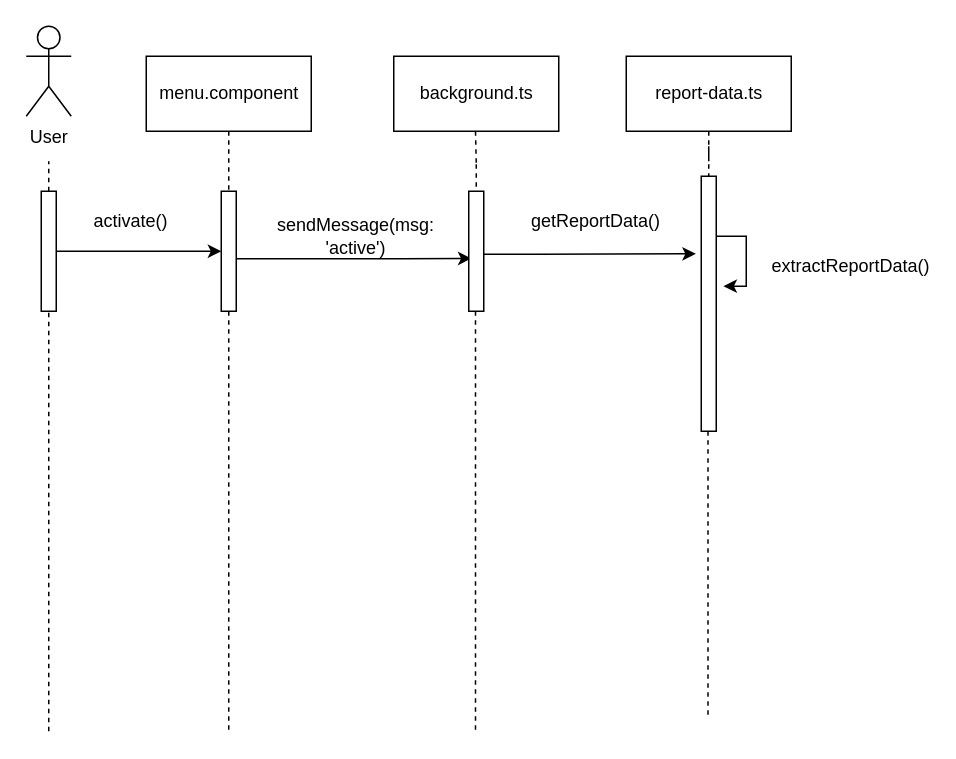
Above: page "SD" (2 of 2) of MOD/CD.drawio in NeutronBlast/IS-Ex (draw.io), before the change. Source tidied: cells renumbered, new cells numbered last; positions are measured from the earlier drawing's top-left corner, leaving out a move shared by most shapes. Both pictures are drawn from the tidied source at 150%, with x=0, y=0 at pixel (26, 26).
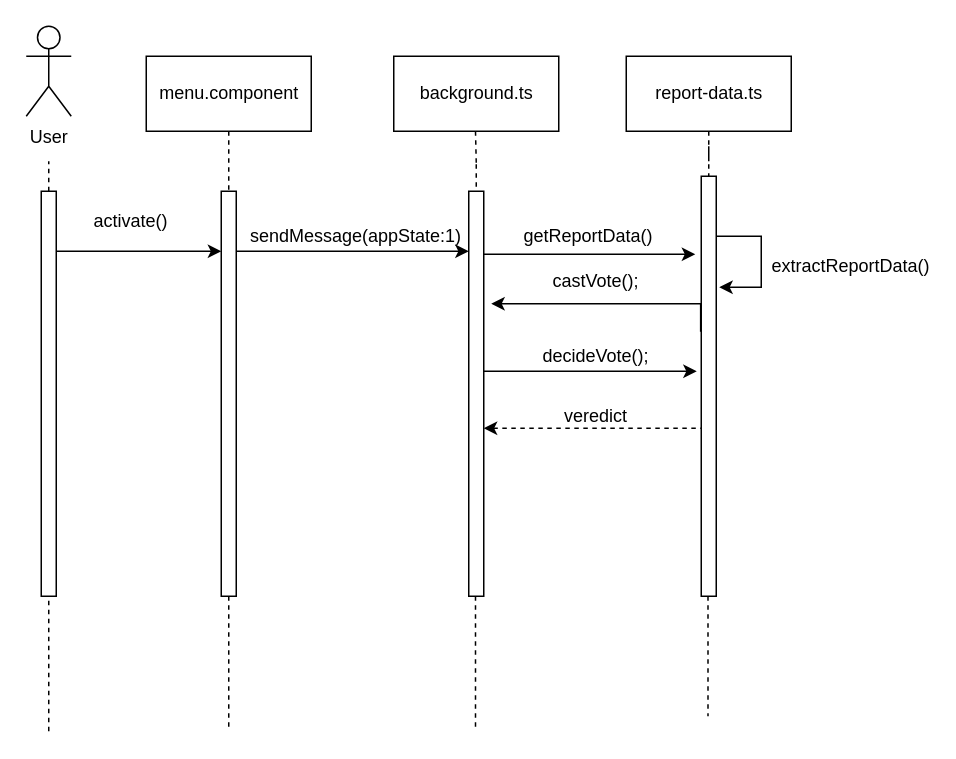
Above is the later version.

Diff of the diagram source:
```diff
@@
     <mxCell id="4" style="edgeStyle=orthogonalEdgeStyle;rounded=0;jettySize=auto;html=1;" parent="1" edge="1" source="5">
       <mxGeometry relative="1" as="geometry">
         <mxPoint x="130" y="150" as="targetPoint" />
+        <Array as="points">
+          <mxPoint x="40" y="150" />
+          <mxPoint x="40" y="150" />
+        </Array>
       </mxGeometry>
     </mxCell>
     <mxCell id="5" style="html=1;points=[];perimeter=orthogonalPerimeter;" parent="1" vertex="1">
-      <mxGeometry x="10" y="110" width="10" height="80" as="geometry" />
+      <mxGeometry x="10" y="110" width="10" height="270" as="geometry" />
     </mxCell>
@@
-    <mxCell id="12" style="edgeStyle=orthogonalEdgeStyle;rounded=0;jettySize=auto;html=1;entryX=0.18;entryY=0.56;entryDx=0;entryDy=0;entryPerimeter=0;endArrow=classic;endFill=1;startArrow=none;startFill=0;" parent="1" edge="1" source="13" target="16">
+    <mxCell id="12" style="edgeStyle=orthogonalEdgeStyle;rounded=0;jettySize=auto;html=1;endArrow=classic;endFill=1;startArrow=none;startFill=0;" parent="1" edge="1" source="13" target="16">
       <mxGeometry relative="1" as="geometry">
         <Array as="points">
-          <mxPoint x="250" y="155" />
-          <mxPoint x="250" y="155" />
+          <mxPoint x="270" y="150" />
+          <mxPoint x="270" y="150" />
         </Array>
       </mxGeometry>
     </mxCell>
     <mxCell id="13" style="html=1;points=[];perimeter=orthogonalPerimeter;" parent="1" vertex="1">
-      <mxGeometry x="130" y="110" width="10" height="80" as="geometry" />
+      <mxGeometry x="130" y="110" width="10" height="270" as="geometry" />
     </mxCell>
@@
-    <mxCell id="15" style="edgeStyle=orthogonalEdgeStyle;rounded=0;jettySize=auto;html=1;entryX=-0.36;entryY=0.304;entryDx=0;entryDy=0;entryPerimeter=0;startArrow=none;startFill=0;endArrow=classic;endFill=1;" parent="1" edge="1" source="16" target="22">
+    <mxCell id="15" style="edgeStyle=orthogonalEdgeStyle;rounded=0;jettySize=auto;html=1;startArrow=none;startFill=0;endArrow=classic;endFill=1;" parent="1" edge="1" source="16">
       <mxGeometry relative="1" as="geometry">
+        <mxPoint x="446" y="152" as="targetPoint" />
         <Array as="points">
           <mxPoint x="340" y="152" />
           <mxPoint x="340" y="152" />
         </Array>
       </mxGeometry>
     </mxCell>
+    <mxCell id="26" style="edgeStyle=orthogonalEdgeStyle;rounded=0;jettySize=auto;html=1;" parent="1" edge="1" source="16">
+      <mxGeometry relative="1" as="geometry">
+        <mxPoint x="447" y="230" as="targetPoint" />
+        <Array as="points">
+          <mxPoint x="447" y="230" />
+        </Array>
+      </mxGeometry>
+    </mxCell>
+    <mxCell id="27" style="edgeStyle=orthogonalEdgeStyle;rounded=0;jettySize=auto;html=1;entryX=0.04;entryY=0.732;entryDx=0;entryDy=0;entryPerimeter=0;endArrow=none;endFill=0;startArrow=classic;startFill=1;dashed=1;" parent="1" edge="1" source="16" target="22">
+      <mxGeometry relative="1" as="geometry">
+        <Array as="points">
+          <mxPoint x="340" y="268" />
+          <mxPoint x="340" y="268" />
+        </Array>
+      </mxGeometry>
+    </mxCell>
     <mxCell id="16" style="html=1;points=[];perimeter=orthogonalPerimeter;" parent="1" vertex="1">
-      <mxGeometry x="295" y="110" width="10" height="80" as="geometry" />
+      <mxGeometry x="295" y="110" width="10" height="270" as="geometry" />
     </mxCell>
@@
-    <mxCell id="18" value="sendMessage(msg: 'active')" style="text;html=1;strokeColor=none;fillColor=none;align=center;verticalAlign=middle;whiteSpace=wrap;rounded=0;" parent="1" vertex="1">
+    <mxCell id="18" value="sendMessage(appState:1)" style="text;html=1;strokeColor=none;fillColor=none;align=center;verticalAlign=middle;whiteSpace=wrap;rounded=0;" parent="1" vertex="1">
       <mxGeometry x="200" y="130" width="40" height="20" as="geometry" />
     </mxCell>
@@
-    <mxCell id="21" style="edgeStyle=orthogonalEdgeStyle;rounded=0;orthogonalLoop=1;jettySize=auto;html=1;startArrow=none;startFill=0;endArrow=classic;endFill=1;entryX=1.48;entryY=0.431;entryDx=0;entryDy=0;entryPerimeter=0;" parent="1" edge="1" source="22" target="22">
+    <mxCell id="21" style="edgeStyle=orthogonalEdgeStyle;rounded=0;jettySize=auto;html=1;startArrow=none;startFill=0;endArrow=classic;endFill=1;" parent="1" edge="1" source="22">
       <mxGeometry relative="1" as="geometry">
+        <mxPoint x="462" y="174" as="targetPoint" />
         <Array as="points">
-          <mxPoint x="480" y="140" />
-          <mxPoint x="480" y="173" />
+          <mxPoint x="490" y="140" />
+          <mxPoint x="490" y="174" />
         </Array>
       </mxGeometry>
     </mxCell>
+    <mxCell id="28" style="edgeStyle=orthogonalEdgeStyle;rounded=0;jettySize=auto;html=1;exitX=-0.04;exitY=0.37;exitDx=0;exitDy=0;exitPerimeter=0;" parent="1" edge="1" source="22">
+      <mxGeometry relative="1" as="geometry">
+        <mxPoint x="310" y="185" as="targetPoint" />
+        <Array as="points">
+          <mxPoint x="450" y="185" />
+        </Array>
+      </mxGeometry>
+    </mxCell>
     <mxCell id="22" style="html=1;points=[];perimeter=orthogonalPerimeter;" parent="1" vertex="1">
-      <mxGeometry x="450" y="100" width="10" height="170" as="geometry" />
+      <mxGeometry x="450" y="100" width="10" height="280" as="geometry" />
     </mxCell>
@@
     <mxCell id="24" value="getReportData()" style="text;html=1;strokeColor=none;fillColor=none;align=center;verticalAlign=middle;whiteSpace=wrap;rounded=0;" parent="1" vertex="1">
-      <mxGeometry x="360" y="120" width="40" height="20" as="geometry" />
+      <mxGeometry x="355" y="130" width="40" height="20" as="geometry" />
     </mxCell>
@@
+    <mxCell id="29" value="castVote();" style="text;html=1;strokeColor=none;fillColor=none;align=center;verticalAlign=middle;whiteSpace=wrap;rounded=0;" parent="1" vertex="1">
+      <mxGeometry x="360" y="160" width="40" height="20" as="geometry" />
+    </mxCell>
+    <mxCell id="30" value="decideVote();" style="text;html=1;strokeColor=none;fillColor=none;align=center;verticalAlign=middle;whiteSpace=wrap;rounded=0;" parent="1" vertex="1">
+      <mxGeometry x="360" y="210" width="40" height="20" as="geometry" />
+    </mxCell>
+    <mxCell id="31" value="veredict" style="text;html=1;strokeColor=none;fillColor=none;align=center;verticalAlign=middle;whiteSpace=wrap;rounded=0;" parent="1" vertex="1">
+      <mxGeometry x="360" y="250" width="40" height="20" as="geometry" />
+    </mxCell>
```
